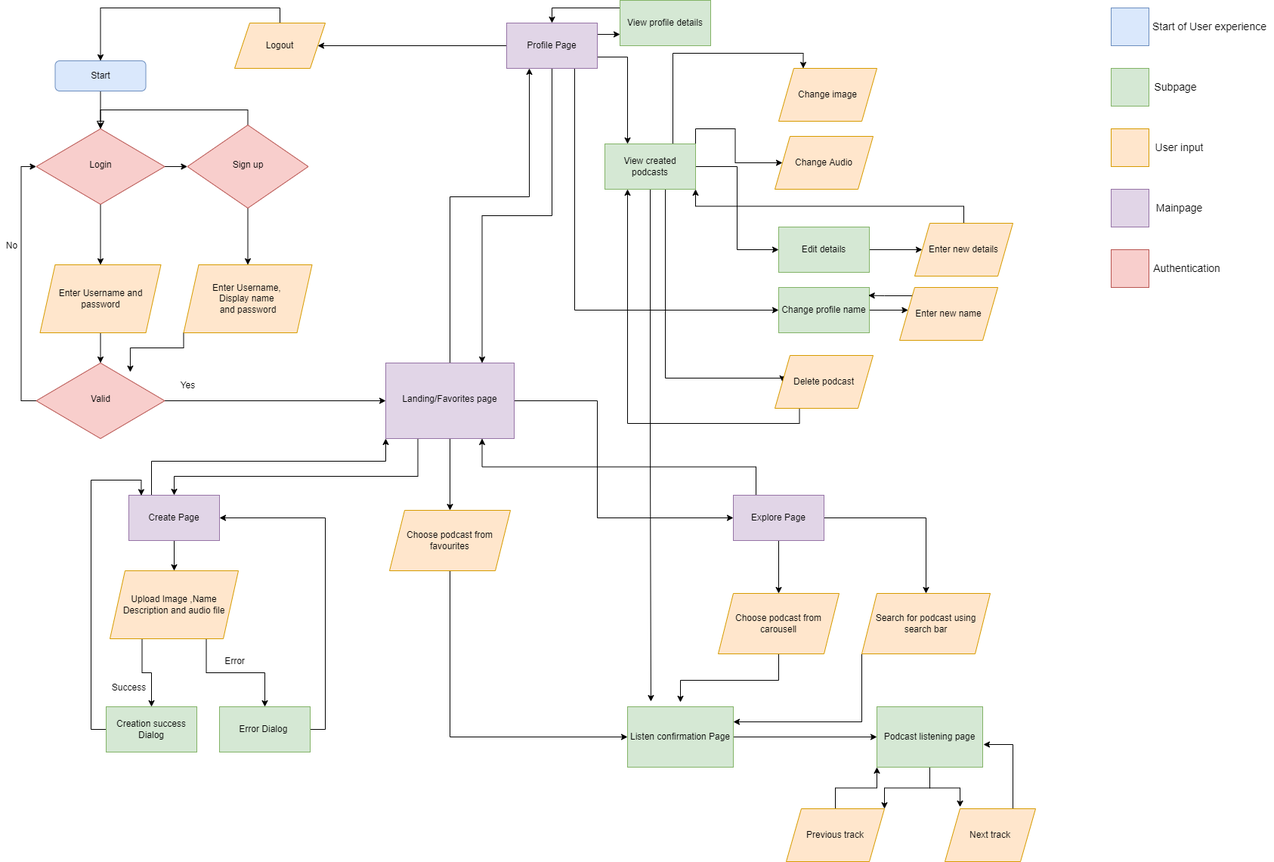
This is ReadMefiles/CastawayDesignDiagram.png from yyj-02/castaway-frontend, a draw.io export, as it was before one commit. Source tidied: cells renumbered, new cells last; positions are measured from the earlier drawing's top-left corner, leaving out a move shared by most shapes.
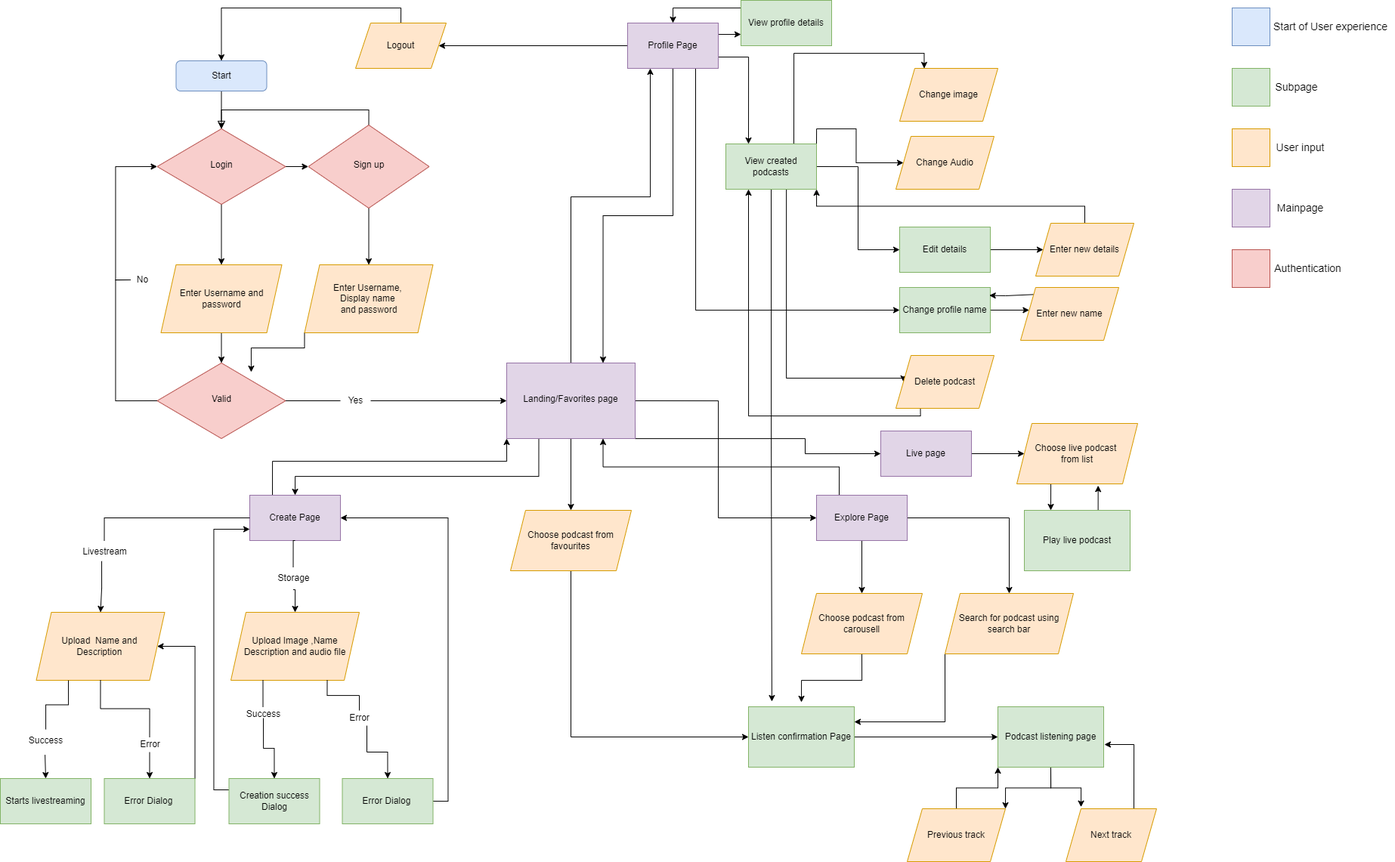
Above is the later version.

The edit, as a diff of the source:
```diff
@@ -23,21 +23,15 @@
     <mxCell id="8" value="&lt;span style=&quot;&quot;&gt;Enter Username and password&lt;/span&gt;" style="shape=parallelogram;perimeter=parallelogramPerimeter;whiteSpace=wrap;html=1;fixedSize=1;fillColor=#ffe6cc;strokeColor=#d79b00;" parent="1" vertex="1">
       <mxGeometry x="52.5" y="350" width="160" height="90" as="geometry" />
     </mxCell>
-    <mxCell id="9" style="edgeStyle=orthogonalEdgeStyle;rounded=0;jettySize=auto;html=1;exitX=0;exitY=0.5;exitDx=0;exitDy=0;entryX=0;entryY=0.5;entryDx=0;entryDy=0;" parent="1" edge="1" source="11" target="6">
+    <mxCell id="9" style="edgeStyle=orthogonalEdgeStyle;rounded=0;jettySize=auto;html=1;exitX=0;exitY=0.5;exitDx=0;exitDy=0;entryX=0;entryY=0.5;entryDx=0;entryDy=0;startArrow=none;" parent="1" edge="1" source="12" target="6">
       <mxGeometry relative="1" as="geometry" />
     </mxCell>
-    <mxCell id="10" style="edgeStyle=orthogonalEdgeStyle;rounded=0;jettySize=auto;html=1;exitX=1;exitY=0.5;exitDx=0;exitDy=0;entryX=0;entryY=0.5;entryDx=0;entryDy=0;" parent="1" edge="1" source="11" target="18">
+    <mxCell id="10" style="edgeStyle=orthogonalEdgeStyle;rounded=0;jettySize=auto;html=1;exitX=1;exitY=0.5;exitDx=0;exitDy=0;entryX=0;entryY=0.5;entryDx=0;entryDy=0;startArrow=none;" parent="1" edge="1" source="13" target="18">
       <mxGeometry relative="1" as="geometry" />
     </mxCell>
     <mxCell id="11" value="Valid" style="rhombus;whiteSpace=wrap;html=1;shadow=0;fontFamily=Helvetica;fontSize=12;align=center;strokeWidth=1;spacing=6;spacingTop=-4;fillColor=#f8cecc;strokeColor=#b85450;" parent="1" vertex="1">
       <mxGeometry x="47.5" y="480" width="170" height="100" as="geometry" />
     </mxCell>
-    <mxCell id="12" value="No" style="text;html=1;align=center;verticalAlign=middle;points=[];strokeColor=none;fillColor=none;" parent="1" vertex="1">
-      <mxGeometry y="315" width="30" height="20" as="geometry" />
-    </mxCell>
-    <mxCell id="13" value="Yes" style="text;html=1;align=center;verticalAlign=middle;points=[];strokeColor=none;fillColor=none;" parent="1" vertex="1">
-      <mxGeometry x="227.5" y="500" width="40" height="20" as="geometry" />
-    </mxCell>
     <mxCell id="14" style="edgeStyle=orthogonalEdgeStyle;rounded=0;jettySize=auto;html=1;exitX=1;exitY=0.5;exitDx=0;exitDy=0;entryX=0;entryY=0.5;entryDx=0;entryDy=0;" parent="1" edge="1" source="18" target="25">
       <mxGeometry relative="1" as="geometry">
         <Array as="points">
@@ -65,10 +59,19 @@
     <mxCell id="17" style="edgeStyle=orthogonalEdgeStyle;rounded=0;jettySize=auto;html=1;exitX=0.5;exitY=1;exitDx=0;exitDy=0;entryX=0.5;entryY=0;entryDx=0;entryDy=0;" parent="1" edge="1" source="18" target="59">
       <mxGeometry relative="1" as="geometry" />
     </mxCell>
+    <mxCell id="93" style="edgeStyle=orthogonalEdgeStyle;rounded=0;jettySize=auto;html=1;exitX=1;exitY=0.75;exitDx=0;exitDy=0;entryX=0;entryY=0.5;entryDx=0;entryDy=0;" parent="1" edge="1" source="18" target="114">
+      <mxGeometry relative="1" as="geometry">
+        <Array as="points">
+          <mxPoint x="680" y="580" />
+          <mxPoint x="905" y="580" />
+          <mxPoint x="905" y="600" />
+        </Array>
+      </mxGeometry>
+    </mxCell>
     <mxCell id="18" value="Landing/Favorites page" style="rectange;whiteSpace=wrap;html=1;shadow=0;fontFamily=Helvetica;fontSize=12;align=center;strokeWidth=1;spacing=6;spacingTop=-4;fillColor=#e1d5e7;strokeColor=#9673a6;" parent="1" vertex="1">
       <mxGeometry x="510" y="480" width="170" height="100" as="geometry" />
     </mxCell>
-    <mxCell id="19" style="edgeStyle=orthogonalEdgeStyle;rounded=0;jettySize=auto;html=1;exitX=0.5;exitY=1;exitDx=0;exitDy=0;entryX=0.5;entryY=0;entryDx=0;entryDy=0;" parent="1" edge="1" source="21" target="43">
+    <mxCell id="19" style="edgeStyle=orthogonalEdgeStyle;rounded=0;jettySize=auto;html=1;exitX=0.5;exitY=1;exitDx=0;exitDy=0;entryX=0.5;entryY=0;entryDx=0;entryDy=0;startArrow=none;" parent="1" edge="1" source="108" target="43">
       <mxGeometry relative="1" as="geometry" />
     </mxCell>
     <mxCell id="20" style="edgeStyle=orthogonalEdgeStyle;rounded=0;jettySize=auto;html=1;exitX=0.25;exitY=0;exitDx=0;exitDy=0;entryX=0;entryY=1;entryDx=0;entryDy=0;" parent="1" edge="1" source="21" target="18">
@@ -79,6 +82,9 @@
         </Array>
       </mxGeometry>
     </mxCell>
+    <mxCell id="94" style="edgeStyle=orthogonalEdgeStyle;rounded=0;jettySize=auto;html=1;exitX=0.457;exitY=0.909;exitDx=0;exitDy=0;entryX=0.5;entryY=0;entryDx=0;entryDy=0;startArrow=none;exitPerimeter=0;" parent="1" edge="1" source="111" target="96">
+      <mxGeometry relative="1" as="geometry" />
+    </mxCell>
     <mxCell id="21" value="Create Page" style="rounded=0;whiteSpace=wrap;html=1;fillColor=#e1d5e7;strokeColor=#9673a6;" parent="1" vertex="1">
       <mxGeometry x="170" y="655" width="120" height="60" as="geometry" />
     </mxCell>
@@ -92,7 +98,7 @@
       <mxGeometry relative="1" as="geometry" />
     </mxCell>
     <mxCell id="25" value="Explore Page" style="rounded=0;whiteSpace=wrap;html=1;fillColor=#e1d5e7;strokeColor=#9673a6;" parent="1" vertex="1">
-      <mxGeometry x="970" y="655" width="120" height="60" as="geometry" />
+      <mxGeometry x="920" y="655" width="120" height="60" as="geometry" />
     </mxCell>
     <mxCell id="26" style="edgeStyle=orthogonalEdgeStyle;rounded=0;jettySize=auto;html=1;exitX=0;exitY=0.5;exitDx=0;exitDy=0;entryX=1;entryY=0.5;entryDx=0;entryDy=0;" parent="1" edge="1" source="31" target="51">
       <mxGeometry relative="1" as="geometry" />
@@ -116,7 +122,7 @@
       <mxGeometry relative="1" as="geometry" />
     </mxCell>
     <mxCell id="33" value="Choose podcast from carousell" style="shape=parallelogram;perimeter=parallelogramPerimeter;whiteSpace=wrap;html=1;fixedSize=1;fillColor=#ffe6cc;strokeColor=#d79b00;" parent="1" vertex="1">
-      <mxGeometry x="950" y="785" width="160" height="80" as="geometry" />
+      <mxGeometry x="900" y="785" width="160" height="80" as="geometry" />
     </mxCell>
     <mxCell id="34" style="edgeStyle=orthogonalEdgeStyle;rounded=0;jettySize=auto;html=1;exitX=1;exitY=0.5;exitDx=0;exitDy=0;entryX=0;entryY=0.5;entryDx=0;entryDy=0;" parent="1" edge="1" source="35" target="38">
       <mxGeometry relative="1" as="geometry" />
@@ -137,35 +143,31 @@
       <mxGeometry relative="1" as="geometry" />
     </mxCell>
     <mxCell id="40" value="Search for podcast using search bar" style="shape=parallelogram;perimeter=parallelogramPerimeter;whiteSpace=wrap;html=1;fixedSize=1;fillColor=#ffe6cc;strokeColor=#d79b00;" parent="1" vertex="1">
-      <mxGeometry x="1140" y="785" width="170" height="80" as="geometry" />
+      <mxGeometry x="1090" y="785" width="170" height="80" as="geometry" />
     </mxCell>
-    <mxCell id="41" style="edgeStyle=orthogonalEdgeStyle;rounded=0;jettySize=auto;html=1;exitX=0.75;exitY=1;exitDx=0;exitDy=0;entryX=0.5;entryY=0;entryDx=0;entryDy=0;" parent="1" edge="1" source="43" target="47">
+    <mxCell id="41" style="edgeStyle=orthogonalEdgeStyle;rounded=0;jettySize=auto;html=1;exitX=0.75;exitY=1;exitDx=0;exitDy=0;entryX=0.5;entryY=0;entryDx=0;entryDy=0;startArrow=none;" parent="1" edge="1" source="48" target="47">
       <mxGeometry relative="1" as="geometry" />
     </mxCell>
-    <mxCell id="42" style="edgeStyle=orthogonalEdgeStyle;rounded=0;jettySize=auto;html=1;exitX=0.25;exitY=1;exitDx=0;exitDy=0;entryX=0.5;entryY=0;entryDx=0;entryDy=0;" parent="1" edge="1" source="43" target="45">
-      <mxGeometry relative="1" as="geometry" />
+    <mxCell id="42" style="edgeStyle=orthogonalEdgeStyle;rounded=0;jettySize=auto;html=1;entryX=0.5;entryY=0;entryDx=0;entryDy=0;startArrow=none;" parent="1" edge="1" target="45">
+      <mxGeometry relative="1" as="geometry">
+        <mxPoint x="188" y="950" as="sourcePoint" />
+      </mxGeometry>
     </mxCell>
     <mxCell id="43" value="Upload Image ,Name Description and audio file" style="shape=parallelogram;perimeter=parallelogramPerimeter;whiteSpace=wrap;html=1;fixedSize=1;fillColor=#ffe6cc;strokeColor=#d79b00;" parent="1" vertex="1">
-      <mxGeometry x="145" y="755" width="170" height="90" as="geometry" />
+      <mxGeometry x="145" y="810" width="170" height="90" as="geometry" />
     </mxCell>
-    <mxCell id="44" style="edgeStyle=orthogonalEdgeStyle;rounded=0;jettySize=auto;html=1;exitX=0;exitY=0.5;exitDx=0;exitDy=0;entryX=0.137;entryY=0.008;entryDx=0;entryDy=0;entryPerimeter=0;" parent="1" edge="1" source="45" target="21">
+    <mxCell id="44" style="edgeStyle=orthogonalEdgeStyle;rounded=0;jettySize=auto;html=1;exitX=0;exitY=0.25;exitDx=0;exitDy=0;entryX=0;entryY=0.75;entryDx=0;entryDy=0;" parent="1" edge="1" source="45" target="21">
       <mxGeometry relative="1" as="geometry" />
     </mxCell>
     <mxCell id="45" value="Creation success Dialog" style="rounded=0;whiteSpace=wrap;html=1;fillColor=#d5e8d4;strokeColor=#82b366;" parent="1" vertex="1">
-      <mxGeometry x="140" y="935" width="120" height="60" as="geometry" />
+      <mxGeometry x="142.5" y="1030" width="120" height="60" as="geometry" />
     </mxCell>
     <mxCell id="46" style="edgeStyle=orthogonalEdgeStyle;rounded=0;jettySize=auto;html=1;exitX=1;exitY=0.5;exitDx=0;exitDy=0;entryX=1;entryY=0.5;entryDx=0;entryDy=0;" parent="1" edge="1" source="47" target="21">
       <mxGeometry relative="1" as="geometry" />
     </mxCell>
     <mxCell id="47" value="Error Dialog&amp;nbsp;" style="rounded=0;whiteSpace=wrap;html=1;fillColor=#d5e8d4;strokeColor=#82b366;" parent="1" vertex="1">
-      <mxGeometry x="290" y="935" width="120" height="60" as="geometry" />
+      <mxGeometry x="292.5" y="1030" width="120" height="60" as="geometry" />
     </mxCell>
-    <mxCell id="48" value="Error" style="text;html=1;align=center;verticalAlign=middle;points=[];strokeColor=none;fillColor=none;" parent="1" vertex="1">
-      <mxGeometry x="290" y="865" width="40" height="20" as="geometry" />
-    </mxCell>
-    <mxCell id="49" value="Success" style="text;html=1;align=center;verticalAlign=middle;points=[];strokeColor=none;fillColor=none;" parent="1" vertex="1">
-      <mxGeometry x="140" y="900" width="60" height="20" as="geometry" />
-    </mxCell>
     <mxCell id="50" style="edgeStyle=orthogonalEdgeStyle;rounded=0;jettySize=auto;html=1;exitX=0.5;exitY=0;exitDx=0;exitDy=0;entryX=0.5;entryY=0;entryDx=0;entryDy=0;" parent="1" edge="1" source="51" target="3">
       <mxGeometry relative="1" as="geometry" />
     </mxCell>
@@ -242,7 +244,12 @@
       <mxGeometry x="1030" y="300" width="120" height="60" as="geometry" />
     </mxCell>
     <mxCell id="68" style="edgeStyle=orthogonalEdgeStyle;rounded=0;jettySize=auto;html=1;exitX=0.25;exitY=1;exitDx=0;exitDy=0;entryX=0.25;entryY=1;entryDx=0;entryDy=0;" parent="1" edge="1" source="69" target="57">
-      <mxGeometry relative="1" as="geometry" />
+      <mxGeometry relative="1" as="geometry">
+        <Array as="points">
+          <mxPoint x="1058" y="550" />
+          <mxPoint x="830" y="550" />
+        </Array>
+      </mxGeometry>
     </mxCell>
     <mxCell id="69" value="Delete podcast" style="shape=parallelogram;perimeter=parallelogramPerimeter;whiteSpace=wrap;html=1;fixedSize=1;fillColor=#ffe6cc;strokeColor=#d79b00;" parent="1" vertex="1">
       <mxGeometry x="1025" y="470" width="130" height="70" as="geometry" />
@@ -316,5 +323,93 @@
     <mxCell id="92" value="&lt;span style=&quot;font-size: 14px;&quot;&gt;Authentication&lt;/span&gt;" style="text;html=1;align=center;verticalAlign=middle;strokeColor=none;fillColor=none;" parent="1" vertex="1">
       <mxGeometry x="1520" y="345" width="100" height="20" as="geometry" />
     </mxCell>
+    <mxCell id="95" style="edgeStyle=orthogonalEdgeStyle;rounded=0;jettySize=auto;html=1;exitX=0.487;exitY=1.121;exitDx=0;exitDy=0;startArrow=none;entryX=0.5;entryY=0;entryDx=0;entryDy=0;exitPerimeter=0;" parent="1" edge="1" source="105" target="107">
+      <mxGeometry relative="1" as="geometry" />
+    </mxCell>
+    <mxCell id="96" value="Upload&amp;nbsp; Name and &lt;br&gt;Description&amp;nbsp;" style="shape=parallelogram;perimeter=parallelogramPerimeter;whiteSpace=wrap;html=1;fixedSize=1;fillColor=#ffe6cc;strokeColor=#d79b00;" parent="1" vertex="1">
+      <mxGeometry x="-112.5" y="810" width="170" height="90" as="geometry" />
+    </mxCell>
+    <mxCell id="97" style="edgeStyle=orthogonalEdgeStyle;rounded=0;jettySize=auto;html=1;exitX=0.5;exitY=1;exitDx=0;exitDy=0;entryX=0.5;entryY=0;entryDx=0;entryDy=0;startArrow=none;" parent="1" edge="1" source="100" target="99">
+      <mxGeometry relative="1" as="geometry" />
+    </mxCell>
+    <mxCell id="98" style="edgeStyle=orthogonalEdgeStyle;rounded=0;jettySize=auto;html=1;exitX=1;exitY=0;exitDx=0;exitDy=0;entryX=1;entryY=0.5;entryDx=0;entryDy=0;" parent="1" edge="1" source="99" target="96">
+      <mxGeometry relative="1" as="geometry">
+        <Array as="points">
+          <mxPoint x="98" y="855" />
+        </Array>
+      </mxGeometry>
+    </mxCell>
+    <mxCell id="99" value="Error Dialog&amp;nbsp;" style="rounded=0;whiteSpace=wrap;html=1;fillColor=#d5e8d4;strokeColor=#82b366;" parent="1" vertex="1">
+      <mxGeometry x="-22.5" y="1030" width="120" height="60" as="geometry" />
+    </mxCell>
+    <mxCell id="100" value="Error" style="text;html=1;align=center;verticalAlign=middle;points=[];strokeColor=none;fillColor=none;" parent="1" vertex="1">
+      <mxGeometry x="17.5" y="975" width="40" height="20" as="geometry" />
+    </mxCell>
+    <mxCell id="101" style="edgeStyle=orthogonalEdgeStyle;rounded=0;jettySize=auto;html=1;exitX=0.5;exitY=1;exitDx=0;exitDy=0;entryX=0.5;entryY=0;entryDx=0;entryDy=0;endArrow=none;" parent="1" edge="1" source="96" target="100">
+      <mxGeometry relative="1" as="geometry" />
+    </mxCell>
+    <mxCell id="48" value="Error" style="text;html=1;align=center;verticalAlign=middle;points=[];strokeColor=none;fillColor=none;" parent="1" vertex="1">
+      <mxGeometry x="295" y="940" width="40" height="20" as="geometry" />
+    </mxCell>
+    <mxCell id="102" style="edgeStyle=orthogonalEdgeStyle;rounded=0;jettySize=auto;html=1;exitX=0.75;exitY=1;exitDx=0;exitDy=0;entryX=0.5;entryY=0;entryDx=0;entryDy=0;endArrow=none;" parent="1" edge="1" source="43" target="48">
+      <mxGeometry relative="1" as="geometry" />
+    </mxCell>
+    <mxCell id="13" value="Yes" style="text;html=1;align=center;verticalAlign=middle;points=[];strokeColor=none;fillColor=none;" parent="1" vertex="1">
+      <mxGeometry x="290" y="520" width="40" height="20" as="geometry" />
+    </mxCell>
+    <mxCell id="103" style="edgeStyle=orthogonalEdgeStyle;rounded=0;jettySize=auto;html=1;exitX=1;exitY=0.5;exitDx=0;exitDy=0;entryX=0;entryY=0.5;entryDx=0;entryDy=0;endArrow=none;" parent="1" edge="1" source="11" target="13">
+      <mxGeometry relative="1" as="geometry" />
+    </mxCell>
+    <mxCell id="12" value="No" style="text;html=1;align=center;verticalAlign=middle;points=[];strokeColor=none;fillColor=none;" parent="1" vertex="1">
+      <mxGeometry x="12.5" y="360" width="30" height="20" as="geometry" />
+    </mxCell>
+    <mxCell id="104" style="edgeStyle=orthogonalEdgeStyle;rounded=0;jettySize=auto;html=1;exitX=0;exitY=0.5;exitDx=0;exitDy=0;entryX=0;entryY=0.5;entryDx=0;entryDy=0;endArrow=none;" parent="1" edge="1" source="11" target="12">
+      <mxGeometry relative="1" as="geometry" />
+    </mxCell>
+    <mxCell id="105" value="Success" style="text;html=1;align=center;verticalAlign=middle;points=[];strokeColor=none;fillColor=none;" parent="1" vertex="1">
+      <mxGeometry x="-135" y="965" width="70" height="30" as="geometry" />
+    </mxCell>
+    <mxCell id="106" style="edgeStyle=orthogonalEdgeStyle;rounded=0;jettySize=auto;html=1;exitX=0.25;exitY=1;exitDx=0;exitDy=0;endArrow=none;" parent="1" edge="1" source="96" target="105">
+      <mxGeometry relative="1" as="geometry" />
+    </mxCell>
+    <mxCell id="107" value="Starts livestreaming" style="rounded=0;whiteSpace=wrap;html=1;fillColor=#d5e8d4;strokeColor=#82b366;" parent="1" vertex="1">
+      <mxGeometry x="-160" y="1030" width="120" height="60" as="geometry" />
+    </mxCell>
+    <mxCell id="108" value="Storage" style="text;html=1;align=center;verticalAlign=middle;points=[];strokeColor=none;fillColor=none;" parent="1" vertex="1">
+      <mxGeometry x="192.5" y="750" width="70" height="30" as="geometry" />
+    </mxCell>
+    <mxCell id="109" style="edgeStyle=orthogonalEdgeStyle;rounded=0;jettySize=auto;html=1;exitX=0.5;exitY=1;exitDx=0;exitDy=0;entryX=0.5;entryY=0;entryDx=0;entryDy=0;endArrow=none;" parent="1" edge="1" source="21" target="108">
+      <mxGeometry relative="1" as="geometry" />
+    </mxCell>
+    <mxCell id="49" value="Success" style="text;html=1;align=center;verticalAlign=middle;points=[];strokeColor=none;fillColor=none;" parent="1" vertex="1">
+      <mxGeometry x="157.5" y="935" width="60" height="20" as="geometry" />
+    </mxCell>
+    <mxCell id="110" style="edgeStyle=orthogonalEdgeStyle;rounded=0;jettySize=auto;html=1;entryX=0.5;entryY=0;entryDx=0;entryDy=0;startArrow=none;exitX=0.25;exitY=1;exitDx=0;exitDy=0;endArrow=none;" parent="1" edge="1" source="43" target="49">
+      <mxGeometry relative="1" as="geometry" />
+    </mxCell>
+    <mxCell id="111" value="Livestream" style="text;html=1;align=center;verticalAlign=middle;points=[];strokeColor=none;fillColor=none;" parent="1" vertex="1">
+      <mxGeometry x="-62.5" y="715" width="80" height="30" as="geometry" />
+    </mxCell>
+    <mxCell id="112" style="edgeStyle=orthogonalEdgeStyle;rounded=0;jettySize=auto;html=1;exitX=0;exitY=0.5;exitDx=0;exitDy=0;entryX=0.5;entryY=0;entryDx=0;entryDy=0;endArrow=none;" parent="1" edge="1" source="21" target="111">
+      <mxGeometry relative="1" as="geometry" />
+    </mxCell>
+    <mxCell id="113" style="edgeStyle=orthogonalEdgeStyle;rounded=0;jettySize=auto;html=1;exitX=1;exitY=0.5;exitDx=0;exitDy=0;entryX=0;entryY=0.5;entryDx=0;entryDy=0;" parent="1" edge="1" source="114" target="116">
+      <mxGeometry relative="1" as="geometry" />
+    </mxCell>
+    <mxCell id="114" value="Live page" style="rounded=0;whiteSpace=wrap;html=1;fillColor=#e1d5e7;strokeColor=#9673a6;" parent="1" vertex="1">
+      <mxGeometry x="1005" y="570" width="120" height="60" as="geometry" />
+    </mxCell>
+    <mxCell id="115" style="edgeStyle=orthogonalEdgeStyle;rounded=0;jettySize=auto;html=1;exitX=0.25;exitY=1;exitDx=0;exitDy=0;entryX=0.25;entryY=0;entryDx=0;entryDy=0;" parent="1" edge="1" source="116" target="118">
+      <mxGeometry relative="1" as="geometry" />
+    </mxCell>
+    <mxCell id="116" value="Choose live podcast &lt;br&gt;from list" style="shape=parallelogram;perimeter=parallelogramPerimeter;whiteSpace=wrap;html=1;fixedSize=1;fillColor=#ffe6cc;strokeColor=#d79b00;" parent="1" vertex="1">
+      <mxGeometry x="1185" y="560" width="160" height="80" as="geometry" />
+    </mxCell>
+    <mxCell id="117" style="edgeStyle=orthogonalEdgeStyle;rounded=0;jettySize=auto;html=1;exitX=0.75;exitY=0;exitDx=0;exitDy=0;entryX=0.673;entryY=1.028;entryDx=0;entryDy=0;entryPerimeter=0;" parent="1" edge="1" source="118" target="116">
+      <mxGeometry relative="1" as="geometry" />
+    </mxCell>
+    <mxCell id="118" value="Play live podcast" style="rounded=0;whiteSpace=wrap;html=1;fillColor=#d5e8d4;strokeColor=#82b366;" parent="1" vertex="1">
+      <mxGeometry x="1195" y="675" width="140" height="80" as="geometry" />
+    </mxCell>
   </root>
 </mxGraphModel>
```
